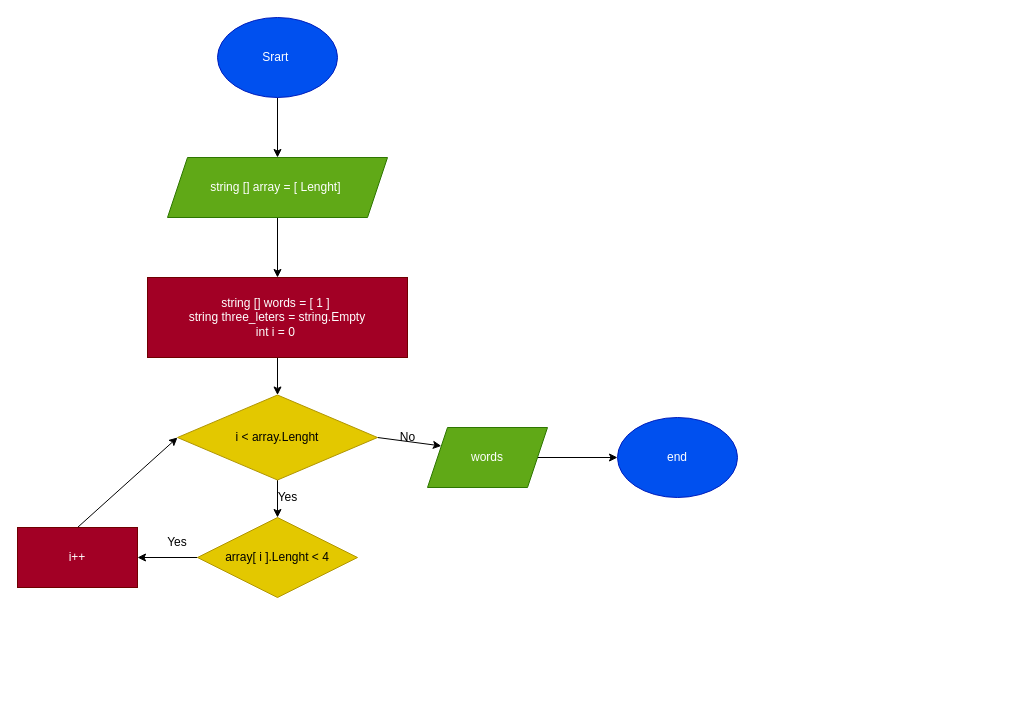
ArsenyFedorov/Final_test keeps this draw.io diagram as Block_cxem.drawio. Above is the earlier version. Source tidied: cells renumbered, new cells numbered last; positions are measured from the earlier drawing's top-left corner, leaving out a move shared by most shapes. Both pictures are drawn from the tidied source at 100%, with x=0, y=0 at pixel (17, 17).
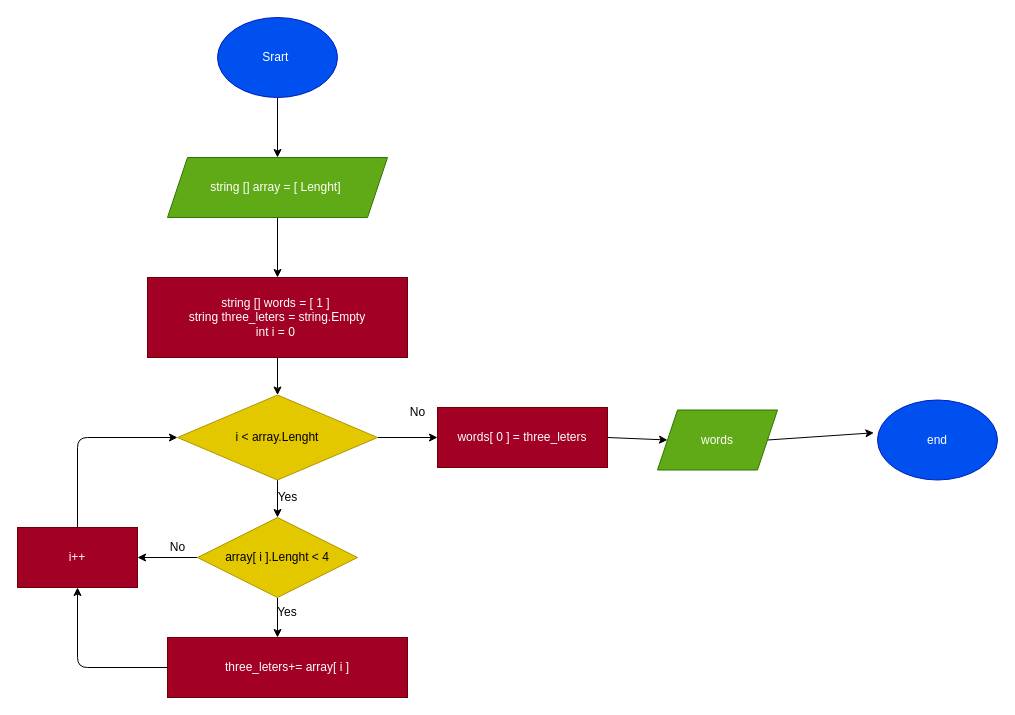
The same diagram, later.

Commit message:
блок схема исправлена

The change refers to these unchanged cells:
```xml
<mxCell id="10" value="i &amp;lt; array.Lenght" style="rhombus;whiteSpace=wrap;html=1;fillColor=#e3c800;fontColor=#000000;strokeColor=#B09500;" parent="1" vertex="1">
  <mxGeometry x="160" y="377.5" width="200" height="85" as="geometry" />
</mxCell>
<mxCell id="16" value="array[ i ].Lenght &amp;lt; 4" style="rhombus;whiteSpace=wrap;html=1;fillColor=#e3c800;fontColor=#000000;strokeColor=#B09500;" parent="1" vertex="1">
  <mxGeometry x="180" y="500" width="160" height="80" as="geometry" />
</mxCell>
<mxCell id="18" value="i++" style="rounded=0;whiteSpace=wrap;html=1;fillColor=#a20025;fontColor=#ffffff;strokeColor=#6F0000;" parent="1" vertex="1">
  <mxGeometry y="510" width="120" height="60" as="geometry" />
</mxCell>
```

The edit, as a diff of the source:
```diff
@@
-    <mxCell id="8" style="edgeStyle=none;html=1;exitX=1;exitY=0.5;exitDx=0;exitDy=0;entryX=0;entryY=0.25;entryDx=0;entryDy=0;" parent="1" edge="1" source="10" target="12">
-      <mxGeometry relative="1" as="geometry" />
-    </mxCell>
@@
+    <mxCell id="21" style="edgeStyle=none;html=1;exitX=1;exitY=0.5;exitDx=0;exitDy=0;entryX=0;entryY=0.5;entryDx=0;entryDy=0;" parent="1" edge="1" source="10" target="26">
+      <mxGeometry relative="1" as="geometry" />
+    </mxCell>
@@
-    <mxCell id="11" style="edgeStyle=none;html=1;exitX=1;exitY=0.5;exitDx=0;exitDy=0;" parent="1" edge="1" source="12">
-      <mxGeometry relative="1" as="geometry">
-        <mxPoint x="600" y="440" as="targetPoint" />
-      </mxGeometry>
+    <mxCell id="11" style="edgeStyle=none;html=1;exitX=1;exitY=0.5;exitDx=0;exitDy=0;entryX=-0.03;entryY=0.41;entryDx=0;entryDy=0;entryPerimeter=0;" parent="1" edge="1" source="12" target="13">
+      <mxGeometry relative="1" as="geometry" />
     </mxCell>
     <mxCell id="12" value="words" style="shape=parallelogram;perimeter=parallelogramPerimeter;whiteSpace=wrap;html=1;fixedSize=1;fillColor=#60a917;fontColor=#ffffff;strokeColor=#2D7600;" parent="1" vertex="1">
-      <mxGeometry x="410" y="410" width="120" height="60" as="geometry" />
+      <mxGeometry x="640" y="392.5" width="120" height="60" as="geometry" />
     </mxCell>
     <mxCell id="13" value="end" style="ellipse;whiteSpace=wrap;html=1;fillColor=#0050ef;fontColor=#ffffff;strokeColor=#001DBC;" parent="1" vertex="1">
-      <mxGeometry x="600" y="400" width="120" height="80" as="geometry" />
+      <mxGeometry x="860" y="382.5" width="120" height="80" as="geometry" />
     </mxCell>
     <mxCell id="14" value="No" style="text;html=1;align=center;verticalAlign=middle;strokeColor=none;fillColor=none;" parent="1" vertex="1">
-      <mxGeometry x="370" y="405" width="40" height="30" as="geometry" />
+      <mxGeometry x="380" y="380" width="40" height="30" as="geometry" />
     </mxCell>
@@
+    <mxCell id="22" style="edgeStyle=none;html=1;exitX=0.5;exitY=1;exitDx=0;exitDy=0;" parent="1" edge="1" source="16">
+      <mxGeometry relative="1" as="geometry">
+        <mxPoint x="260" y="620" as="targetPoint" />
+      </mxGeometry>
+    </mxCell>
@@
     <mxCell id="17" style="edgeStyle=none;html=1;exitX=0.5;exitY=0;exitDx=0;exitDy=0;entryX=0;entryY=0.5;entryDx=0;entryDy=0;" parent="1" edge="1" source="18" target="10">
-      <mxGeometry relative="1" as="geometry" />
+      <mxGeometry relative="1" as="geometry">
+        <Array as="points">
+          <mxPoint x="60" y="420" />
+        </Array>
+      </mxGeometry>
     </mxCell>
@@
     <mxCell id="19" value="Yes" style="text;html=1;strokeColor=none;fillColor=none;align=center;verticalAlign=middle;whiteSpace=wrap;rounded=0;" parent="1" vertex="1">
-      <mxGeometry x="130" y="510" width="60" height="30" as="geometry" />
+      <mxGeometry x="240" y="580" width="60" height="30" as="geometry" />
     </mxCell>
@@
+    <mxCell id="23" style="edgeStyle=none;html=1;exitX=0;exitY=0.5;exitDx=0;exitDy=0;entryX=0.5;entryY=1;entryDx=0;entryDy=0;" parent="1" edge="1" source="24" target="18">
+      <mxGeometry relative="1" as="geometry">
+        <Array as="points">
+          <mxPoint x="60" y="650" />
+        </Array>
+      </mxGeometry>
+    </mxCell>
+    <mxCell id="24" value="three_leters+= array[ i ]" style="rounded=0;whiteSpace=wrap;html=1;fillColor=#a20025;fontColor=#ffffff;strokeColor=#6F0000;" parent="1" vertex="1">
+      <mxGeometry x="150" y="620" width="240" height="60" as="geometry" />
+    </mxCell>
+    <mxCell id="25" style="edgeStyle=none;html=1;exitX=1;exitY=0.5;exitDx=0;exitDy=0;entryX=0;entryY=0.5;entryDx=0;entryDy=0;" parent="1" edge="1" source="26" target="12">
+      <mxGeometry relative="1" as="geometry" />
+    </mxCell>
+    <mxCell id="26" value="words[ 0 ] = three_leters" style="rounded=0;whiteSpace=wrap;html=1;fillColor=#a20025;fontColor=#ffffff;strokeColor=#6F0000;" parent="1" vertex="1">
+      <mxGeometry x="420" y="390" width="170" height="60" as="geometry" />
+    </mxCell>
+    <mxCell id="27" value="No" style="text;html=1;align=center;verticalAlign=middle;strokeColor=none;fillColor=none;" parent="1" vertex="1">
+      <mxGeometry x="140" y="515" width="40" height="30" as="geometry" />
+    </mxCell>
```
